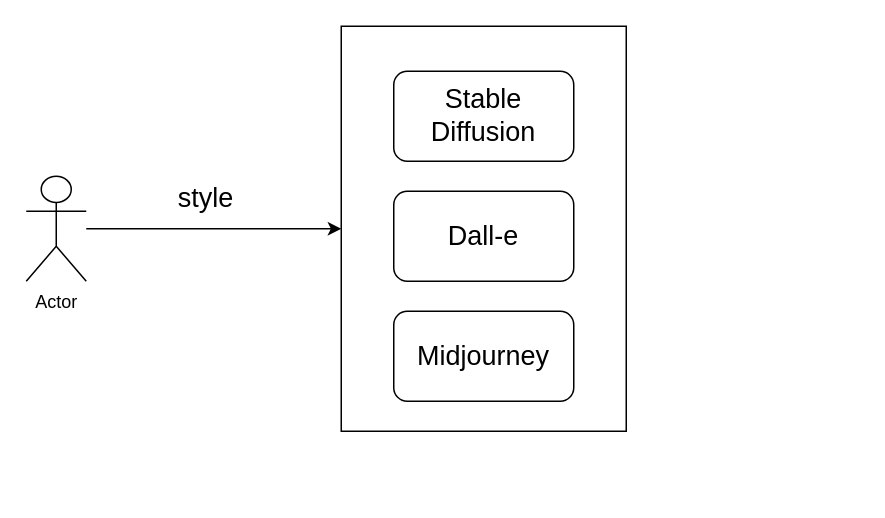
Before: longpean/AI绘图4.2.drawio in GitHeP/diagrams, a draw.io diagram. Source tidied: cells renumbered, new cells numbered last; positions are measured from the earlier drawing's top-left corner, leaving out a move shared by most shapes. Both pictures are drawn from the tidied source at 150%, with x=0, y=0 at pixel (26, 26).
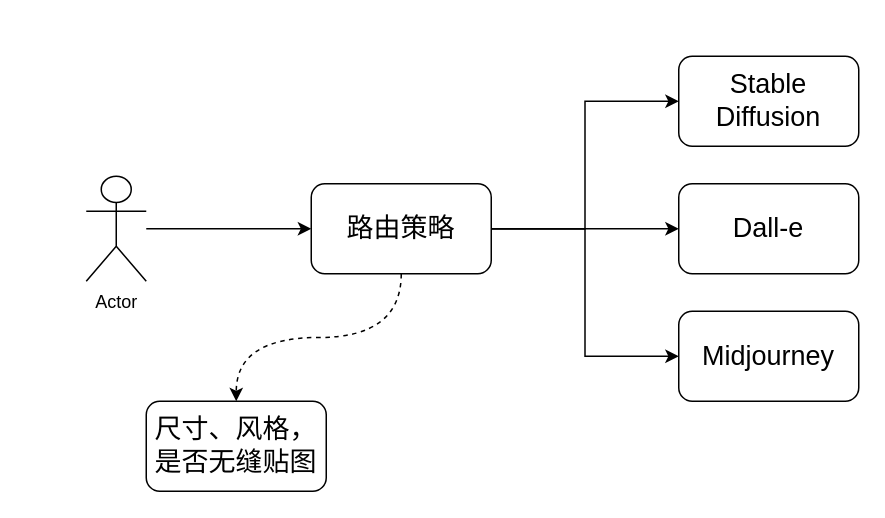
The same diagram, later.

What changed in the source:
```diff
@@
 <mxGraphModel>
   <root>
     <mxCell id="0" />
     <mxCell id="1" parent="0" />
-    <mxCell id="2" style="rounded=0;whiteSpace=wrap;html=1;" parent="1" vertex="1">
-      <mxGeometry x="210" width="190" height="270" as="geometry" />
-    </mxCell>
     <mxCell id="3" value="&lt;font style=&quot;font-size: 18px;&quot;&gt;Stable Diffusion&lt;/font&gt;" style="rounded=1;whiteSpace=wrap;html=1;" parent="1" vertex="1">
-      <mxGeometry x="245" y="30" width="120" height="60" as="geometry" />
+      <mxGeometry x="435" y="20" width="120" height="60" as="geometry" />
     </mxCell>
     <mxCell id="4" value="&lt;font style=&quot;font-size: 18px;&quot;&gt;Dall-e&lt;/font&gt;" style="rounded=1;whiteSpace=wrap;html=1;" parent="1" vertex="1">
-      <mxGeometry x="245" y="110" width="120" height="60" as="geometry" />
+      <mxGeometry x="435" y="105" width="120" height="60" as="geometry" />
     </mxCell>
     <mxCell id="5" value="&lt;span style=&quot;font-size: 18px;&quot;&gt;Midjourney&lt;/span&gt;" style="rounded=1;whiteSpace=wrap;html=1;" parent="1" vertex="1">
-      <mxGeometry x="245" y="190" width="120" height="60" as="geometry" />
+      <mxGeometry x="435" y="190" width="120" height="60" as="geometry" />
     </mxCell>
-    <mxCell id="6" style="edgeStyle=orthogonalEdgeStyle;rounded=0;jettySize=auto;html=1;entryX=0;entryY=0.5;entryDx=0;entryDy=0;" parent="1" edge="1" source="7" target="2">
-      <mxGeometry relative="1" as="geometry" />
-    </mxCell>
+    <mxCell id="9" style="edgeStyle=orthogonalEdgeStyle;rounded=0;jettySize=auto;html=1;entryX=0;entryY=0.5;entryDx=0;entryDy=0;" parent="1" edge="1" source="7" target="14">
+      <mxGeometry relative="1" as="geometry" />
+    </mxCell>
     <mxCell id="7" value="Actor" style="shape=umlActor;verticalLabelPosition=bottom;verticalAlign=top;html=1;outlineConnect=0;" parent="1" vertex="1">
-      <mxGeometry y="100" width="40" height="70" as="geometry" />
+      <mxGeometry x="40" y="100" width="40" height="70" as="geometry" />
     </mxCell>
-    <mxCell id="8" value="&lt;font style=&quot;font-size: 18px;&quot;&gt;style&lt;/font&gt;" style="text;html=1;align=center;verticalAlign=middle;whiteSpace=wrap;rounded=0;" parent="1" vertex="1">
-      <mxGeometry x="90" y="100" width="60" height="30" as="geometry" />
-    </mxCell>
+    <mxCell id="10" style="edgeStyle=orthogonalEdgeStyle;rounded=0;jettySize=auto;html=1;entryX=0;entryY=0.5;entryDx=0;entryDy=0;" parent="1" edge="1" source="14" target="3">
+      <mxGeometry relative="1" as="geometry" />
+    </mxCell>
+    <mxCell id="11" style="edgeStyle=orthogonalEdgeStyle;rounded=0;jettySize=auto;html=1;" parent="1" edge="1" source="14" target="4">
+      <mxGeometry relative="1" as="geometry">
+        <Array as="points">
+          <mxPoint x="400" y="135" />
+          <mxPoint x="400" y="135" />
+        </Array>
+      </mxGeometry>
+    </mxCell>
+    <mxCell id="12" style="edgeStyle=orthogonalEdgeStyle;rounded=0;jettySize=auto;html=1;entryX=0;entryY=0.5;entryDx=0;entryDy=0;" parent="1" edge="1" source="14" target="5">
+      <mxGeometry relative="1" as="geometry" />
+    </mxCell>
+    <mxCell id="13" style="edgeStyle=orthogonalEdgeStyle;rounded=0;jettySize=auto;html=1;dashed=1;curved=1;" parent="1" edge="1" source="14" target="15">
+      <mxGeometry relative="1" as="geometry" />
+    </mxCell>
+    <mxCell id="14" value="&lt;font style=&quot;font-size: 18px;&quot;&gt;路由策略&lt;/font&gt;" style="rounded=1;whiteSpace=wrap;html=1;" parent="1" vertex="1">
+      <mxGeometry x="190" y="105" width="120" height="60" as="geometry" />
+    </mxCell>
+    <mxCell id="15" value="&lt;font style=&quot;font-size: 18px;&quot;&gt;尺寸、风格，是否无缝贴图&lt;/font&gt;" style="rounded=1;whiteSpace=wrap;html=1;" parent="1" vertex="1">
+      <mxGeometry x="80" y="250" width="120" height="60" as="geometry" />
+    </mxCell>
   </root>
 </mxGraphModel>
```
